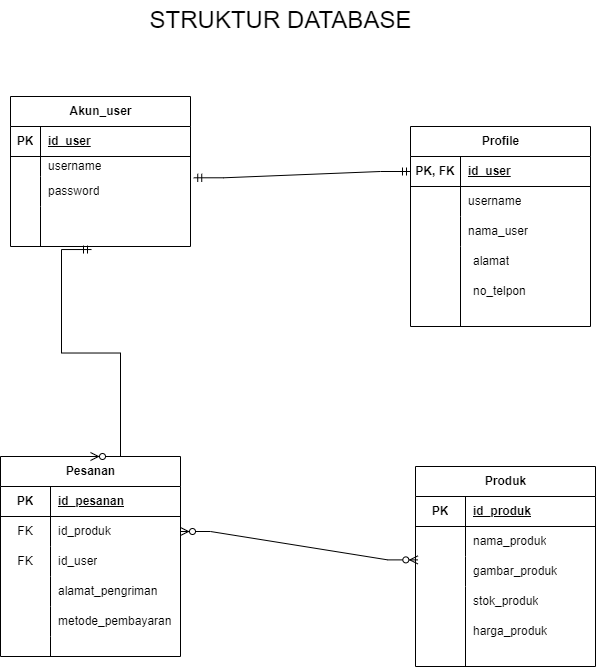
Earlier version of the draw.io export Rancangan-diagram/Diagram-Chickfarm-ERD-Database.drawio.png (ChickenFarming/Cloud-Computing). Source tidied: cells renumbered, new cells last; positions are measured from the earlier drawing's top-left corner, leaving out a move shared by most shapes.
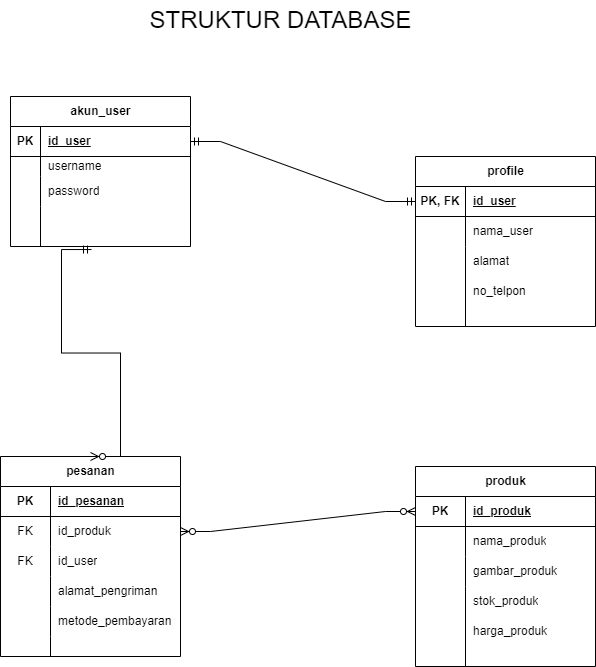
The same file after the commit.

Commit message:
Update ERD-Database

What changed in the source:
```diff
@@ -5,7 +5,7 @@
     <mxCell id="2" value="&lt;font style=&quot;font-size: 24px;&quot;&gt;STRUKTUR DATABASE&lt;/font&gt;" style="text;html=1;align=center;verticalAlign=middle;strokeColor=none;fillColor=none;" parent="1" vertex="1">
       <mxGeometry x="135" width="290" height="40" as="geometry" />
     </mxCell>
-    <mxCell id="3" value="Akun_user" style="shape=table;startSize=30;rowLines=0;fontStyle=1;align=center;html=1;" parent="1" vertex="1">
+    <mxCell id="3" value="akun_user" style="shape=table;startSize=30;rowLines=0;fontStyle=1;align=center;html=1;" parent="1" vertex="1">
       <mxGeometry x="10" y="96" width="180" height="150" as="geometry" />
     </mxCell>
     <mxCell id="4" style="shape=tableRow;horizontal=0;startSize=0;swimlaneHead=0;swimlaneBody=0;fillColor=none;points=[[0,0.5],[1,0.5]];portConstraint=eastwest;top=0;left=0;right=0;bottom=1;" parent="3" vertex="1">
@@ -44,8 +44,8 @@
     <mxCell id="15" style="shape=partialRectangle;fillColor=none;top=0;left=0;bottom=0;right=0;align=left;spacingLeft=6;overflow=hidden;whiteSpace=wrap;html=1;" parent="13" vertex="1">
       <mxGeometry x="30" width="150" height="40" as="geometry" />
     </mxCell>
-    <mxCell id="16" value="Profile" style="shape=table;startSize=30;rowLines=0;fontStyle=1;align=center;html=1;" parent="1" vertex="1">
-      <mxGeometry x="410" y="126" width="180" height="200" as="geometry" />
+    <mxCell id="16" value="profile" style="shape=table;startSize=30;rowLines=0;fontStyle=1;align=center;html=1;" parent="1" vertex="1">
+      <mxGeometry x="415" y="156" width="180" height="170" as="geometry" />
     </mxCell>
     <mxCell id="17" style="shape=tableRow;horizontal=0;startSize=0;swimlaneHead=0;swimlaneBody=0;fillColor=none;points=[[0,0.5],[1,0.5]];portConstraint=eastwest;top=0;left=0;right=0;bottom=1;" parent="16" vertex="1">
       <mxGeometry y="30" width="180" height="30" as="geometry" />
@@ -56,17 +56,8 @@
     <mxCell id="19" value="id_user" style="shape=partialRectangle;fillColor=none;top=0;left=0;bottom=0;right=0;align=left;spacingLeft=6;fontStyle=5;overflow=hidden;whiteSpace=wrap;html=1;" parent="17" vertex="1">
       <mxGeometry x="50" width="130" height="30" as="geometry" />
     </mxCell>
-    <mxCell id="20" style="shape=tableRow;horizontal=0;startSize=0;swimlaneHead=0;swimlaneBody=0;fillColor=none;top=0;left=0;right=0;bottom=0;" parent="16" vertex="1">
-      <mxGeometry y="60" width="180" height="30" as="geometry" />
-    </mxCell>
-    <mxCell id="21" style="shape=partialRectangle;fillColor=none;top=0;left=0;bottom=0;right=0;overflow=hidden;whiteSpace=wrap;html=1;" parent="20" vertex="1">
-      <mxGeometry width="50" height="30" as="geometry" />
-    </mxCell>
-    <mxCell id="22" value="username" style="shape=partialRectangle;fillColor=none;top=0;left=0;bottom=0;right=0;align=left;spacingLeft=6;overflow=hidden;whiteSpace=wrap;html=1;" parent="20" vertex="1">
-      <mxGeometry x="50" width="130" height="30" as="geometry" />
-    </mxCell>
     <mxCell id="23" style="shape=tableRow;horizontal=0;startSize=0;swimlaneHead=0;swimlaneBody=0;fillColor=none;top=0;left=0;right=0;bottom=0;" parent="16" vertex="1">
-      <mxGeometry y="90" width="180" height="30" as="geometry" />
+      <mxGeometry y="60" width="180" height="30" as="geometry" />
     </mxCell>
     <mxCell id="24" style="shape=partialRectangle;fillColor=none;top=0;left=0;bottom=0;right=0;overflow=hidden;whiteSpace=wrap;html=1;" parent="23" vertex="1">
       <mxGeometry width="50" height="30" as="geometry" />
@@ -75,7 +66,7 @@
       <mxGeometry x="50" width="130" height="30" as="geometry" />
     </mxCell>
     <mxCell id="26" style="shape=tableRow;horizontal=0;startSize=0;swimlaneHead=0;swimlaneBody=0;fillColor=none;top=0;left=0;right=0;bottom=0;" parent="16" vertex="1">
-      <mxGeometry y="120" width="180" height="80" as="geometry" />
+      <mxGeometry y="90" width="180" height="80" as="geometry" />
     </mxCell>
     <mxCell id="27" style="shape=partialRectangle;fillColor=none;top=0;left=0;bottom=0;right=0;overflow=hidden;whiteSpace=wrap;html=1;" parent="26" vertex="1">
       <mxGeometry width="50" height="80" as="geometry" />
@@ -89,7 +80,7 @@
     <mxCell id="30" value="no_telpon" style="shape=partialRectangle;fillColor=none;top=0;left=0;bottom=0;right=0;align=left;spacingLeft=6;overflow=hidden;whiteSpace=wrap;html=1;" parent="1" vertex="1">
       <mxGeometry x="465" y="276" width="130" height="30" as="geometry" />
     </mxCell>
-    <mxCell id="31" value="Produk" style="shape=table;startSize=30;rowLines=0;fontStyle=1;align=center;html=1;" parent="1" vertex="1">
+    <mxCell id="31" value="produk" style="shape=table;startSize=30;rowLines=0;fontStyle=1;align=center;html=1;" parent="1" vertex="1">
       <mxGeometry x="415" y="466" width="180" height="200" as="geometry" />
     </mxCell>
     <mxCell id="32" style="shape=tableRow;horizontal=0;startSize=0;swimlaneHead=0;swimlaneBody=0;fillColor=none;points=[[0,0.5],[1,0.5]];portConstraint=eastwest;top=0;left=0;right=0;bottom=1;" parent="31" vertex="1">
@@ -134,7 +125,7 @@
     <mxCell id="45" value="harga_produk" style="shape=partialRectangle;fillColor=none;top=0;left=0;bottom=0;right=0;align=left;spacingLeft=6;overflow=hidden;whiteSpace=wrap;html=1;" parent="1" vertex="1">
       <mxGeometry x="465" y="616" width="130" height="30" as="geometry" />
     </mxCell>
-    <mxCell id="46" value="Pesanan" style="shape=table;startSize=30;rowLines=0;fontStyle=1;align=center;html=1;" parent="1" vertex="1">
+    <mxCell id="46" value="pesanan" style="shape=table;startSize=30;rowLines=0;fontStyle=1;align=center;html=1;" parent="1" vertex="1">
       <mxGeometry y="456" width="180" height="200" as="geometry" />
     </mxCell>
     <mxCell id="47" style="shape=tableRow;horizontal=0;startSize=0;swimlaneHead=0;swimlaneBody=0;fillColor=none;top=0;left=0;right=0;bottom=1;" parent="46" vertex="1">
@@ -191,11 +182,15 @@
     <mxCell id="64" style="shape=partialRectangle;fillColor=none;top=0;left=0;bottom=0;right=0;align=left;spacingLeft=6;overflow=hidden;whiteSpace=wrap;html=1;" parent="62" vertex="1">
       <mxGeometry x="50" width="130" height="20" as="geometry" />
     </mxCell>
-    <mxCell id="65" style="edgeStyle=entityRelationEdgeStyle;fontSize=12;html=1;endArrow=ERmandOne;startArrow=ERmandOne;rounded=0;exitX=0;exitY=0.5;exitDx=0;exitDy=0;entryX=1.018;entryY=0.043;entryDx=0;entryDy=0;entryPerimeter=0;" parent="1" edge="1" source="17" target="10">
+    <mxCell id="65" style="edgeStyle=entityRelationEdgeStyle;fontSize=12;html=1;endArrow=ERmandOne;startArrow=ERmandOne;rounded=0;exitX=0;exitY=0.5;exitDx=0;exitDy=0;entryX=1;entryY=0.5;entryDx=0;entryDy=0;" parent="1" edge="1" source="17" target="4">
       <mxGeometry relative="1" as="geometry" />
     </mxCell>
-    <mxCell id="66" style="edgeStyle=entityRelationEdgeStyle;fontSize=12;html=1;endArrow=ERzeroToMany;endFill=1;startArrow=ERzeroToMany;rounded=0;entryX=0.013;entryY=0.113;entryDx=0;entryDy=0;entryPerimeter=0;exitX=1;exitY=0.5;exitDx=0;exitDy=0;" parent="1" edge="1" source="50" target="38">
-      <mxGeometry relative="1" as="geometry" />
+    <mxCell id="66" style="edgeStyle=entityRelationEdgeStyle;fontSize=12;html=1;endArrow=ERzeroToMany;endFill=1;startArrow=ERzeroToMany;rounded=0;entryX=0;entryY=0.5;entryDx=0;entryDy=0;exitX=1;exitY=0.5;exitDx=0;exitDy=0;" parent="1" edge="1" source="50" target="32">
+      <mxGeometry relative="1" as="geometry">
+        <Array as="points">
+          <mxPoint x="400" y="556" />
+        </Array>
+      </mxGeometry>
     </mxCell>
     <mxCell id="67" style="edgeStyle=entityRelationEdgeStyle;fontSize=12;html=1;endArrow=ERzeroToMany;startArrow=ERmandOne;rounded=0;exitX=0.45;exitY=1.076;exitDx=0;exitDy=0;exitPerimeter=0;entryX=0.5;entryY=0;entryDx=0;entryDy=0;" parent="1" edge="1" source="13" target="46">
       <mxGeometry relative="1" as="geometry" />
```
